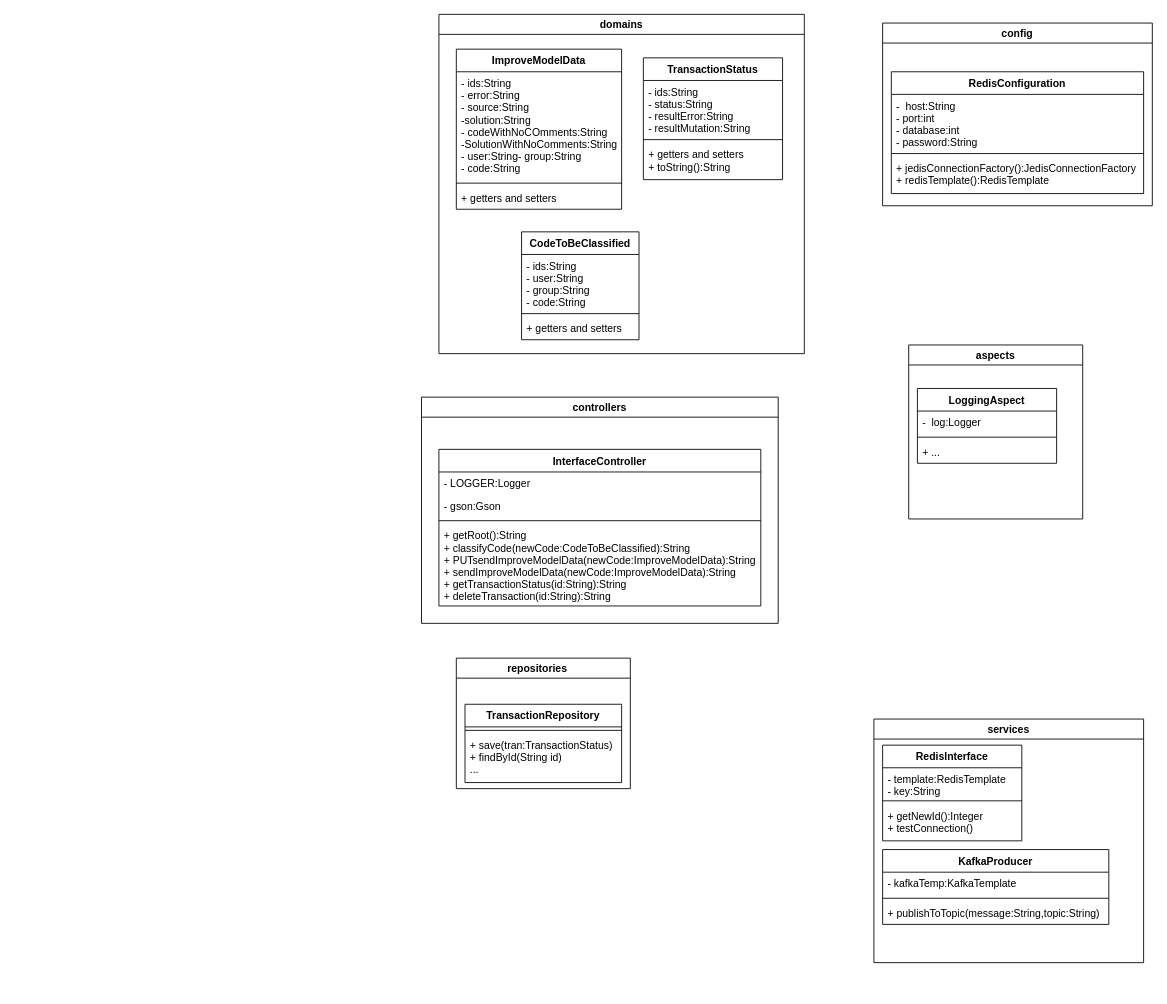
The draw.io diagram docs/RESTinterfaceUML.drawio in josura/Error-classification-ISD, before the edit. Source tidied: cells renumbered, new cells numbered last; positions are measured from the earlier drawing's top-left corner, leaving out a move shared by most shapes. Both pictures are drawn from the tidied source at 87%, with x=0, y=0 at pixel (421, 14).
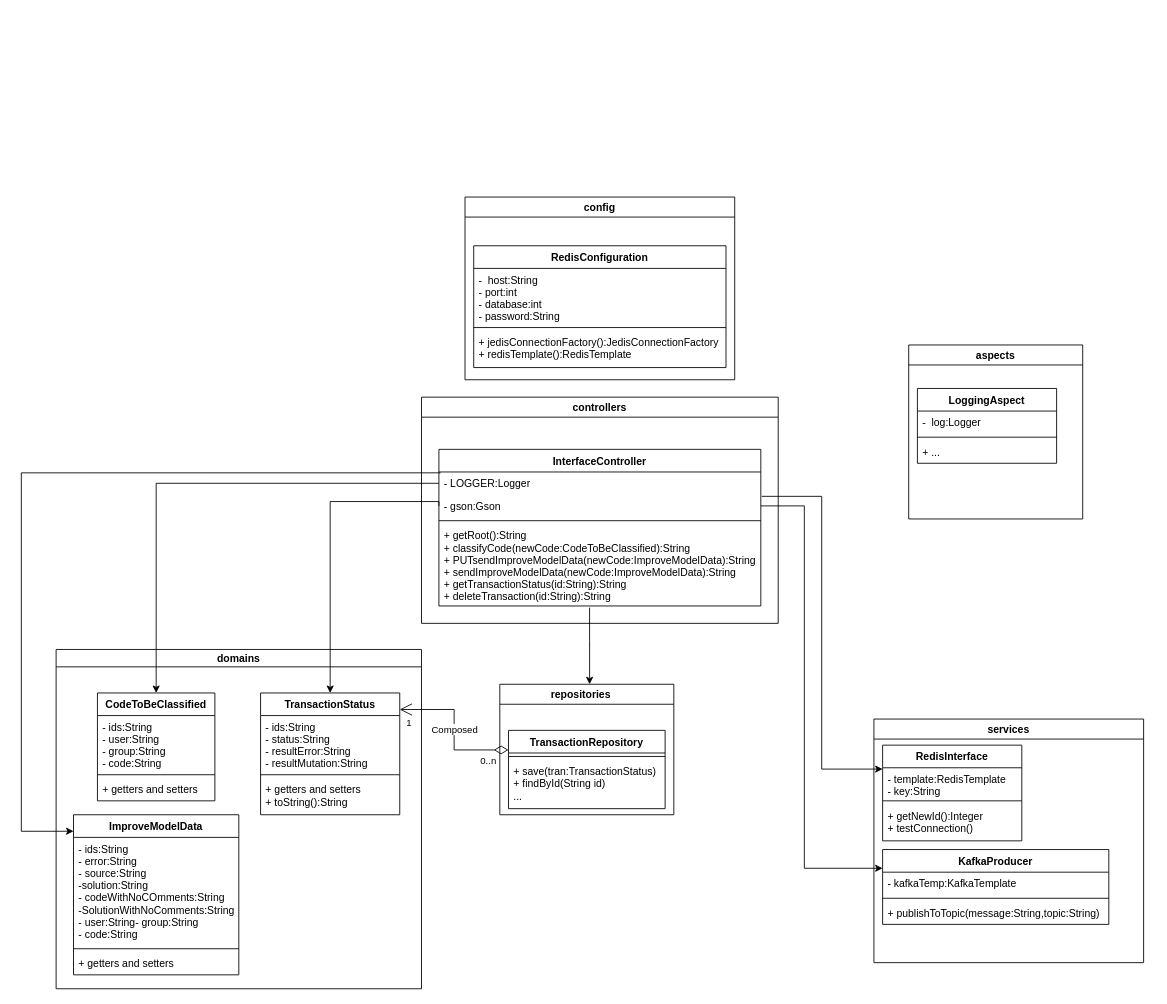
After the change.

The change refers to these unchanged cells:
```xml
<mxCell id="3" value="- LOGGER:Logger" style="text;strokeColor=none;fillColor=none;align=left;verticalAlign=top;spacingLeft=4;spacingRight=4;overflow=hidden;points=[[0,0.5],[1,0.5]];portConstraint=eastwest;" parent="2" vertex="1">
  <mxGeometry y="26" width="370" height="26" as="geometry" />
</mxCell>
<mxCell id="4" value="- gson:Gson" style="text;strokeColor=none;fillColor=none;align=left;verticalAlign=top;spacingLeft=4;spacingRight=4;overflow=hidden;points=[[0,0.5],[1,0.5]];portConstraint=eastwest;" parent="2" vertex="1">
  <mxGeometry y="52" width="370" height="26" as="geometry" />
</mxCell>
<mxCell id="6" value="+ getRoot():String&#10;+ classifyCode(newCode:CodeToBeClassified):String&#10;+ PUTsendImproveModelData(newCode:ImproveModelData):String&#10;+ sendImproveModelData(newCode:ImproveModelData):String&#10;+ getTransactionStatus(id:String):String&#10;+ deleteTransaction(id:String):String&#10;" style="text;strokeColor=none;fillColor=none;align=left;verticalAlign=top;spacingLeft=4;spacingRight=4;overflow=hidden;points=[[0,0.5],[1,0.5]];portConstraint=eastwest;" parent="2" vertex="1">
  <mxGeometry y="86" width="370" height="94" as="geometry" />
</mxCell>
<mxCell id="9" value="RedisInterface" style="swimlane;fontStyle=1;align=center;verticalAlign=top;horizontal=1;startSize=26;" parent="8" vertex="1">
  <mxGeometry x="10" y="30" width="160" height="110" as="geometry" />
</mxCell>
<mxCell id="13" value="KafkaProducer" style="swimlane;fontStyle=1;align=center;verticalAlign=top;horizontal=1;startSize=26;" parent="8" vertex="1">
  <mxGeometry x="10" y="150" width="260" height="86" as="geometry" />
</mxCell>
<mxCell id="18" value="TransactionRepository" style="swimlane;fontStyle=1;align=center;verticalAlign=top;horizontal=1;startSize=26;" parent="17" vertex="1">
  <mxGeometry x="10" y="53" width="180" height="90" as="geometry" />
</mxCell>
<mxCell id="40" value="TransactionStatus" style="swimlane;fontStyle=1;align=center;verticalAlign=top;horizontal=1;startSize=26;" parent="31" vertex="1">
  <mxGeometry x="235" y="50" width="160" height="140" as="geometry" />
</mxCell>
```

What changed in the source:
```diff
@@
     <mxCell id="17" value="repositories    " style="swimlane;" parent="1" vertex="1">
-      <mxGeometry x="40" y="740" width="200" height="150" as="geometry" />
+      <mxGeometry x="90" y="770" width="200" height="150" as="geometry" />
     </mxCell>
@@
     <mxCell id="26" value="config" style="swimlane;" parent="1" vertex="1">
-      <mxGeometry x="530" y="10" width="310" height="210" as="geometry" />
+      <mxGeometry x="50" y="210" width="310" height="210" as="geometry" />
     </mxCell>
@@
-    <mxCell id="31" value="domains" style="swimlane;" parent="1" vertex="1">
-      <mxGeometry x="20" width="420" height="390" as="geometry" />
+    <mxCell id="31" value="domains" style="swimlane;direction=east;startSize=20;" parent="1" vertex="1">
+      <mxGeometry x="-420" y="730" width="420" height="390" as="geometry" />
     </mxCell>
     <mxCell id="32" value="ImproveModelData" style="swimlane;fontStyle=1;align=center;verticalAlign=top;horizontal=1;startSize=26;" parent="31" vertex="1">
-      <mxGeometry x="20" y="40" width="190" height="184" as="geometry" />
+      <mxGeometry x="20" y="190" width="190" height="184" as="geometry" />
     </mxCell>
@@
     <mxCell id="36" value="CodeToBeClassified" style="swimlane;fontStyle=1;align=center;verticalAlign=top;horizontal=1;startSize=26;" parent="31" vertex="1">
-      <mxGeometry x="95" y="250" width="135" height="124" as="geometry" />
+      <mxGeometry x="47.5" y="50" width="135" height="124" as="geometry" />
     </mxCell>
@@
+    <mxCell id="44" style="edgeStyle=orthogonalEdgeStyle;rounded=0;jettySize=auto;html=1;exitX=1.003;exitY=0.077;exitDx=0;exitDy=0;entryX=0;entryY=0.25;entryDx=0;entryDy=0;exitPerimeter=0;" parent="1" edge="1" source="4" target="9">
+      <mxGeometry relative="1" as="geometry" />
+    </mxCell>
+    <mxCell id="45" style="edgeStyle=orthogonalEdgeStyle;rounded=0;jettySize=auto;html=1;exitX=1;exitY=0.5;exitDx=0;exitDy=0;entryX=0;entryY=0.25;entryDx=0;entryDy=0;" parent="1" edge="1" source="4" target="13">
+      <mxGeometry relative="1" as="geometry">
+        <Array as="points">
+          <mxPoint x="440" y="565" />
+          <mxPoint x="440" y="982" />
+        </Array>
+      </mxGeometry>
+    </mxCell>
+    <mxCell id="46" style="edgeStyle=orthogonalEdgeStyle;rounded=0;jettySize=auto;html=1;exitX=0.468;exitY=1.021;exitDx=0;exitDy=0;exitPerimeter=0;" parent="1" edge="1" source="6" target="17">
+      <mxGeometry relative="1" as="geometry">
+        <Array as="points">
+          <mxPoint x="193" y="720" />
+          <mxPoint x="193" y="720" />
+        </Array>
+      </mxGeometry>
+    </mxCell>
+    <mxCell id="47" style="edgeStyle=orthogonalEdgeStyle;rounded=0;jettySize=auto;html=1;exitX=0.005;exitY=0.038;exitDx=0;exitDy=0;entryX=0;entryY=0.103;entryDx=0;entryDy=0;entryPerimeter=0;exitPerimeter=0;" parent="1" edge="1" source="3" target="32">
+      <mxGeometry relative="1" as="geometry">
+        <Array as="points">
+          <mxPoint x="-460" y="527" />
+          <mxPoint x="-460" y="939" />
+        </Array>
+      </mxGeometry>
+    </mxCell>
+    <mxCell id="48" style="edgeStyle=orthogonalEdgeStyle;rounded=0;jettySize=auto;html=1;exitX=0;exitY=0.5;exitDx=0;exitDy=0;entryX=0.5;entryY=0;entryDx=0;entryDy=0;" parent="1" edge="1" source="3" target="36">
+      <mxGeometry relative="1" as="geometry">
+        <Array as="points">
+          <mxPoint x="-305" y="539" />
+        </Array>
+      </mxGeometry>
+    </mxCell>
+    <mxCell id="49" style="edgeStyle=orthogonalEdgeStyle;rounded=0;jettySize=auto;html=1;exitX=0;exitY=0.5;exitDx=0;exitDy=0;entryX=0.5;entryY=0;entryDx=0;entryDy=0;" parent="1" edge="1" source="4" target="40">
+      <mxGeometry relative="1" as="geometry">
+        <Array as="points">
+          <mxPoint x="20" y="560" />
+          <mxPoint x="-105" y="560" />
+        </Array>
+      </mxGeometry>
+    </mxCell>
+    <mxCell id="50" value="Composed" style="endArrow=open;html=1;endSize=12;startArrow=diamondThin;startSize=14;startFill=0;edgeStyle=orthogonalEdgeStyle;rounded=0;entryX=1;entryY=0.136;entryDx=0;entryDy=0;entryPerimeter=0;exitX=0;exitY=0.25;exitDx=0;exitDy=0;" parent="1" edge="1" source="18" target="40">
+      <mxGeometry relative="1" as="geometry" />
+    </mxCell>
+    <mxCell id="51" value="0..n" style="edgeLabel;html=1;align=left;verticalAlign=top;" parent="50" vertex="1">
+      <mxGeometry x="-1" relative="1" as="geometry">
+        <mxPoint x="-34" y="-1" as="offset" />
+      </mxGeometry>
+    </mxCell>
+    <mxCell id="52" value="1" style="edgeLabel;html=1;align=right;verticalAlign=top;" parent="50" vertex="1">
+      <mxGeometry x="1" relative="1" as="geometry">
+        <mxPoint x="14" y="2" as="offset" />
+      </mxGeometry>
+    </mxCell>
```
